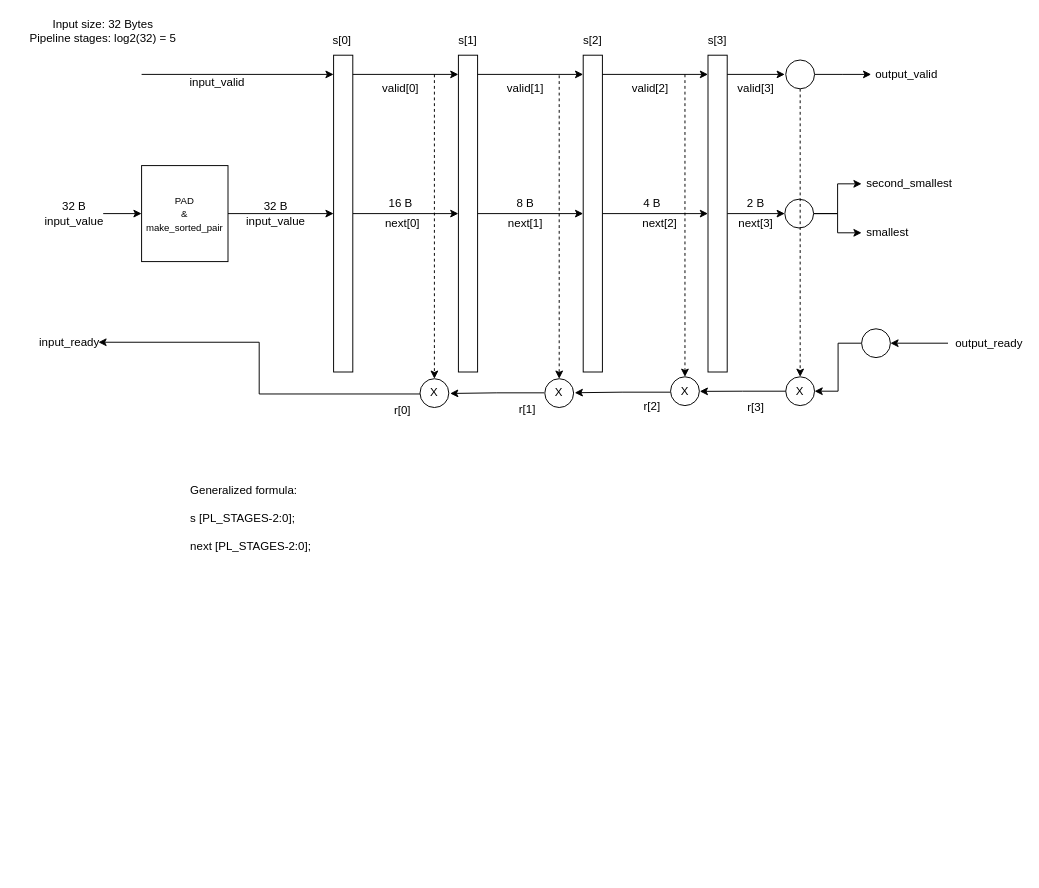
The draw.io diagram second_smallest_pipelined.drawio in sahilhassanzee/draw.io_diagrams, before the edit. Source tidied: cells renumbered, new cells numbered last; positions are measured from the earlier drawing's top-left corner, leaving out a move shared by most shapes. Both pictures are drawn from the tidied source at 96%, with x=0, y=0 at pixel (16, 16).
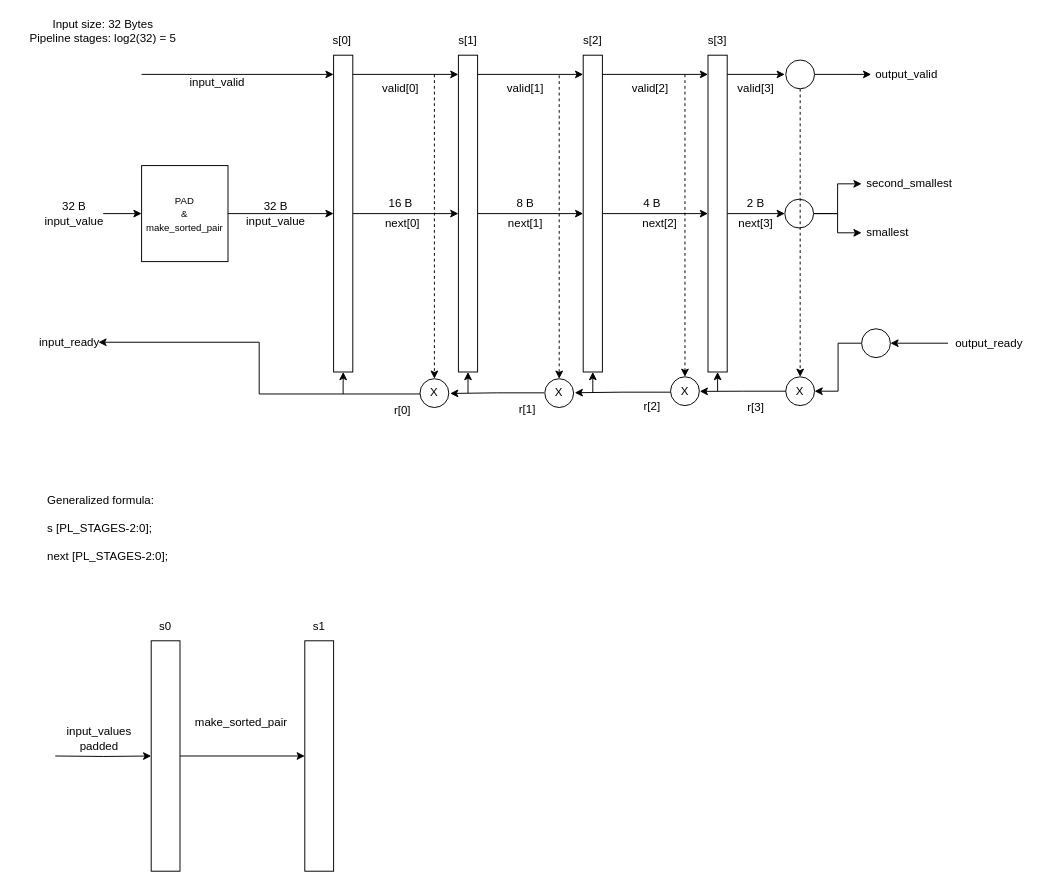
Above is the later version.

Unchanged cells that the change refers to:
```xml
<mxCell id="3" style="rounded=0;whiteSpace=wrap;html=1;" parent="1" vertex="1">
  <mxGeometry x="330" y="40" width="20" height="330" as="geometry" />
</mxCell>
<mxCell id="5" style="rounded=0;whiteSpace=wrap;html=1;" parent="1" vertex="1">
  <mxGeometry x="460" y="40" width="20" height="330" as="geometry" />
</mxCell>
<mxCell id="7" style="rounded=0;whiteSpace=wrap;html=1;" parent="1" vertex="1">
  <mxGeometry x="590" y="40" width="20" height="330" as="geometry" />
</mxCell>
<mxCell id="9" style="rounded=0;whiteSpace=wrap;html=1;" parent="1" vertex="1">
  <mxGeometry x="720" y="40" width="20" height="330" as="geometry" />
</mxCell>
```

The edit, as a diff of the source:
```diff
@@
+    <mxCell id="68" style="edgeStyle=orthogonalEdgeStyle;rounded=0;jettySize=auto;html=1;entryX=0.5;entryY=1;entryDx=0;entryDy=0;" parent="1" edge="1" target="9">
+      <mxGeometry relative="1" as="geometry">
+        <mxPoint x="730" y="390" as="sourcePoint" />
+      </mxGeometry>
+    </mxCell>
@@
     <mxCell id="49" value="&lt;div&gt;Generalized formula:&lt;/div&gt;&lt;div&gt;&lt;br&gt;&lt;/div&gt;&lt;div&gt;s [PL_STAGES-2:0];&lt;/div&gt;&lt;div&gt;&lt;br&gt;&lt;/div&gt;&lt;div&gt;next [PL_STAGES-2:0];&lt;/div&gt;&lt;div&gt;&lt;br&gt;&lt;/div&gt;&lt;div&gt;&lt;br&gt;&lt;/div&gt;" style="text;html=1;whiteSpace=wrap;strokeColor=none;fillColor=none;align=left;verticalAlign=top;rounded=0;" parent="1" vertex="1">
-      <mxGeometry x="179" y="480" width="451" height="110" as="geometry" />
+      <mxGeometry x="30" y="490" width="451" height="80" as="geometry" />
     </mxCell>
@@
+    <mxCell id="69" style="edgeStyle=orthogonalEdgeStyle;rounded=0;jettySize=auto;html=1;entryX=0;entryY=0.5;entryDx=0;entryDy=0;" parent="1" edge="1" target="71">
+      <mxGeometry relative="1" as="geometry">
+        <mxPoint x="40" y="770" as="sourcePoint" />
+      </mxGeometry>
+    </mxCell>
+    <mxCell id="70" style="edgeStyle=orthogonalEdgeStyle;rounded=0;jettySize=auto;html=1;entryX=0;entryY=0.5;entryDx=0;entryDy=0;" parent="1" edge="1" source="71" target="75">
+      <mxGeometry relative="1" as="geometry" />
+    </mxCell>
+    <mxCell id="71" style="whiteSpace=wrap;html=1;" parent="1" vertex="1">
+      <mxGeometry x="140" y="650" width="30" height="240" as="geometry" />
+    </mxCell>
+    <mxCell id="72" value="&lt;div&gt;input_values&lt;/div&gt;&lt;div&gt;padded&lt;/div&gt;" style="text;html=1;whiteSpace=wrap;strokeColor=none;fillColor=none;align=center;verticalAlign=middle;rounded=0;" parent="1" vertex="1">
+      <mxGeometry x="56" y="737" width="60" height="30" as="geometry" />
+    </mxCell>
+    <mxCell id="73" value="s0" style="text;html=1;whiteSpace=wrap;strokeColor=none;fillColor=none;align=center;verticalAlign=middle;rounded=0;" parent="1" vertex="1">
+      <mxGeometry x="125" y="620" width="60" height="30" as="geometry" />
+    </mxCell>
+    <mxCell id="74" value="make_sorted_pair" style="text;html=1;whiteSpace=wrap;strokeColor=none;fillColor=none;align=center;verticalAlign=middle;rounded=0;" parent="1" vertex="1">
+      <mxGeometry x="179" y="720" width="110" height="30" as="geometry" />
+    </mxCell>
+    <mxCell id="75" style="whiteSpace=wrap;html=1;" parent="1" vertex="1">
+      <mxGeometry x="300" y="650" width="30" height="240" as="geometry" />
+    </mxCell>
+    <mxCell id="76" value="s1" style="text;html=1;whiteSpace=wrap;strokeColor=none;fillColor=none;align=center;verticalAlign=middle;rounded=0;" parent="1" vertex="1">
+      <mxGeometry x="285" y="620" width="60" height="30" as="geometry" />
+    </mxCell>
+    <mxCell id="77" style="edgeStyle=orthogonalEdgeStyle;rounded=0;jettySize=auto;html=1;entryX=0.5;entryY=1;entryDx=0;entryDy=0;" parent="1" edge="1" target="7">
+      <mxGeometry relative="1" as="geometry">
+        <mxPoint x="600" y="391" as="sourcePoint" />
+      </mxGeometry>
+    </mxCell>
+    <mxCell id="78" style="edgeStyle=orthogonalEdgeStyle;rounded=0;jettySize=auto;html=1;entryX=0.5;entryY=1;entryDx=0;entryDy=0;" parent="1" edge="1" target="5">
+      <mxGeometry relative="1" as="geometry">
+        <mxPoint x="470" y="392" as="sourcePoint" />
+      </mxGeometry>
+    </mxCell>
+    <mxCell id="79" style="edgeStyle=orthogonalEdgeStyle;rounded=0;jettySize=auto;html=1;entryX=0.5;entryY=1;entryDx=0;entryDy=0;" parent="1" edge="1" target="3">
+      <mxGeometry relative="1" as="geometry">
+        <mxPoint x="339.9" y="393" as="sourcePoint" />
+      </mxGeometry>
+    </mxCell>
```
